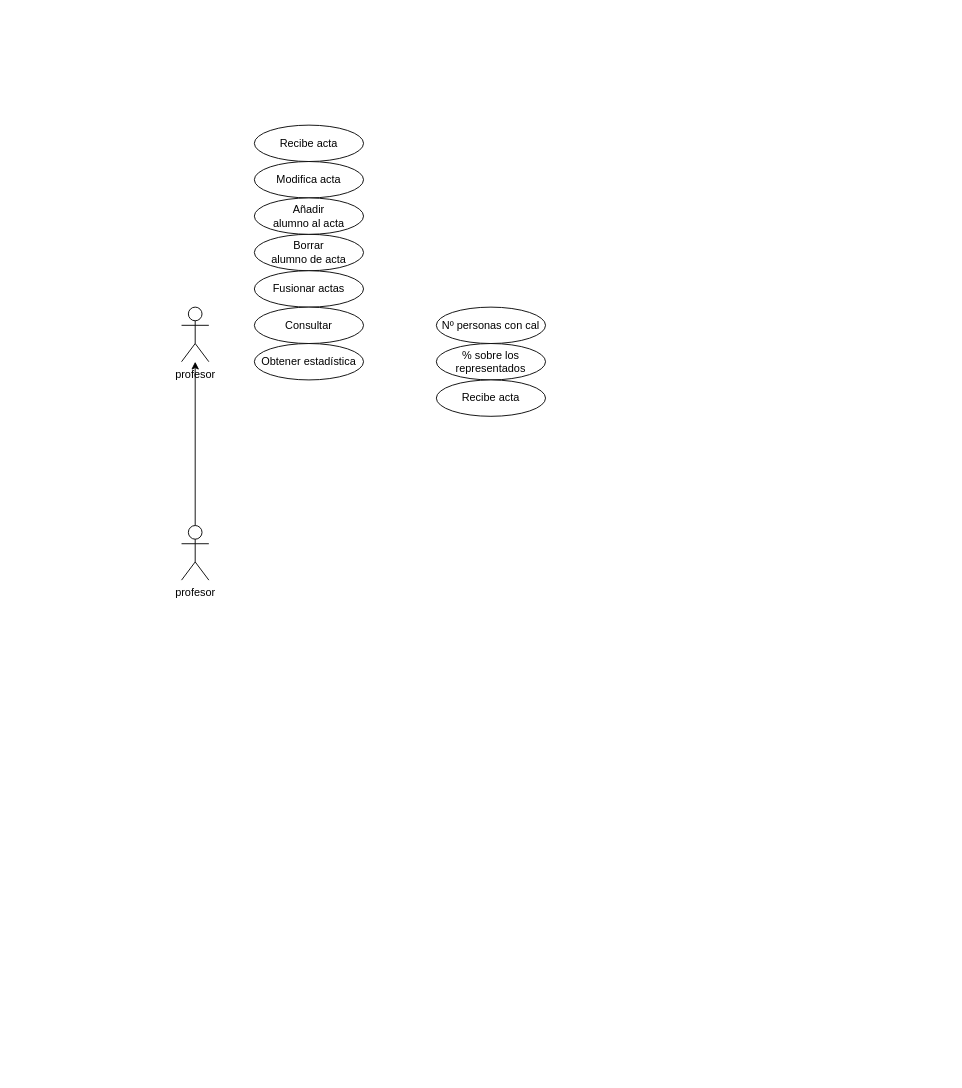
Before: img/profesores.drawio in Aeyoz/entornos-desarrollo, a draw.io diagram. Source tidied: cells renumbered, new cells numbered last; positions are measured from the earlier drawing's top-left corner, leaving out a move shared by most shapes. Both pictures are drawn from the tidied source at 91%, with x=0, y=0 at pixel (181, 125).
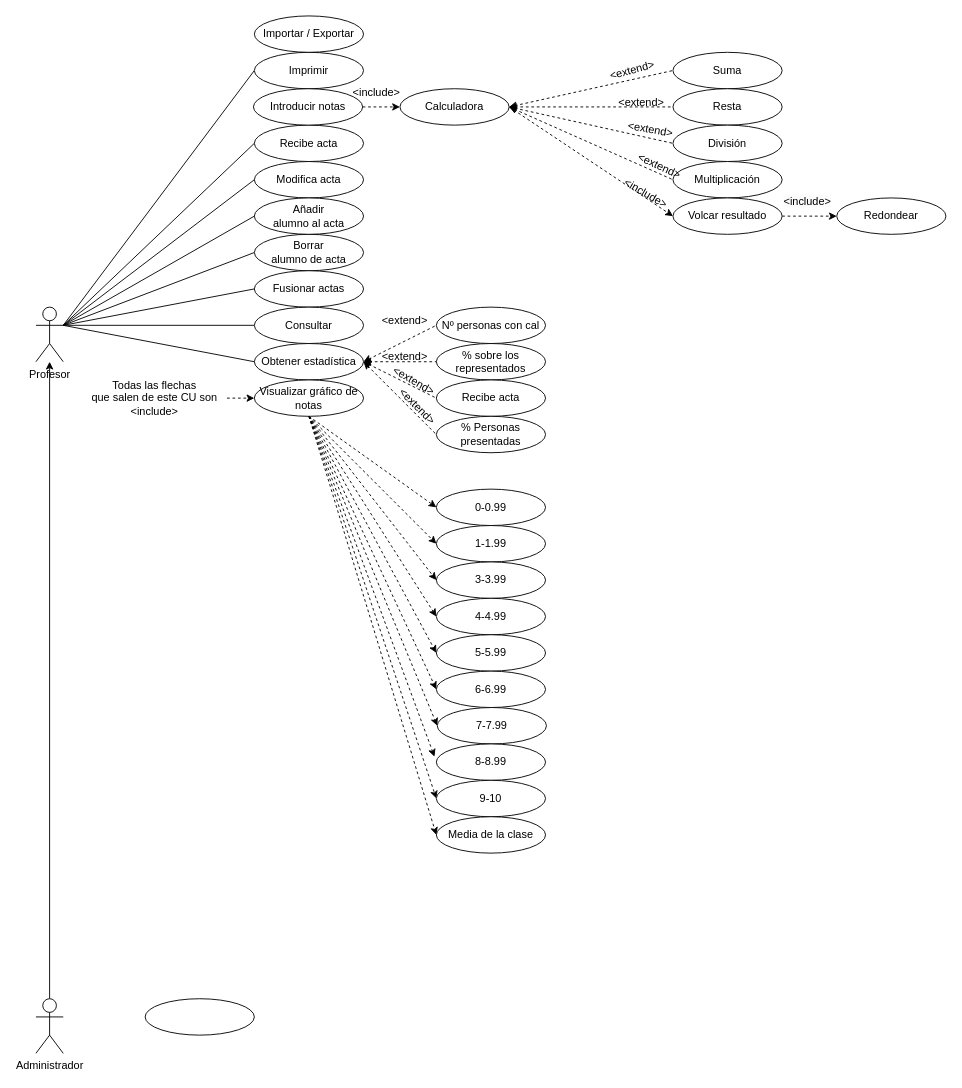
The same page after the edit.

Unchanged cells that the change refers to:
```xml
<mxCell id="5" value="Recibe acta" style="ellipse;whiteSpace=wrap;html=1;" parent="1" vertex="1">
  <mxGeometry x="80" width="120" height="40" as="geometry" />
</mxCell>
<mxCell id="6" value="Modifica acta" style="ellipse;whiteSpace=wrap;html=1;" parent="1" vertex="1">
  <mxGeometry x="80" y="40" width="120" height="40" as="geometry" />
</mxCell>
<mxCell id="7" value="&lt;div&gt;Borrar &lt;br&gt;&lt;/div&gt;&lt;div&gt;alumno de acta&lt;/div&gt;" style="ellipse;whiteSpace=wrap;html=1;" parent="1" vertex="1">
  <mxGeometry x="80" y="120" width="120" height="40" as="geometry" />
</mxCell>
<mxCell id="8" value="Fusionar actas" style="ellipse;whiteSpace=wrap;html=1;" parent="1" vertex="1">
  <mxGeometry x="80" y="160" width="120" height="40" as="geometry" />
</mxCell>
<mxCell id="9" value="Consultar" style="ellipse;whiteSpace=wrap;html=1;" parent="1" vertex="1">
  <mxGeometry x="80" y="200" width="120" height="40" as="geometry" />
</mxCell>
<mxCell id="10" value="Obtener estadística" style="ellipse;whiteSpace=wrap;html=1;" parent="1" vertex="1">
  <mxGeometry x="80" y="240" width="120" height="40" as="geometry" />
</mxCell>
<mxCell id="11" value="Nº personas con cal" style="ellipse;whiteSpace=wrap;html=1;" parent="1" vertex="1">
  <mxGeometry x="280" y="200" width="120" height="40" as="geometry" />
</mxCell>
<mxCell id="12" value="% sobre los representados" style="ellipse;whiteSpace=wrap;html=1;" parent="1" vertex="1">
  <mxGeometry x="280" y="240" width="120" height="40" as="geometry" />
</mxCell>
<mxCell id="13" value="Recibe acta" style="ellipse;whiteSpace=wrap;html=1;" parent="1" vertex="1">
  <mxGeometry x="280" y="280" width="120" height="40" as="geometry" />
</mxCell>
<mxCell id="14" value="&lt;div&gt;Añadir &lt;br&gt;&lt;/div&gt;&lt;div&gt;alumno al acta&lt;/div&gt;" style="ellipse;whiteSpace=wrap;html=1;" parent="1" vertex="1">
  <mxGeometry x="80" y="80" width="120" height="40" as="geometry" />
</mxCell>
```

Change to the diagram source:
```diff
@@
+    <mxCell id="15" style="edgeStyle=none;rounded=0;jettySize=auto;html=1;exitX=1;exitY=0.3333333333333333;exitDx=0;exitDy=0;exitPerimeter=0;entryX=0;entryY=0.5;entryDx=0;entryDy=0;endArrow=none;endFill=0;" parent="1" edge="1" source="2" target="5">
+      <mxGeometry relative="1" as="geometry" />
+    </mxCell>
+    <mxCell id="16" style="edgeStyle=none;rounded=0;jettySize=auto;html=1;exitX=1;exitY=0.3333333333333333;exitDx=0;exitDy=0;exitPerimeter=0;entryX=0;entryY=0.5;entryDx=0;entryDy=0;endArrow=none;endFill=0;" parent="1" edge="1" source="2" target="6">
+      <mxGeometry relative="1" as="geometry" />
+    </mxCell>
+    <mxCell id="17" style="edgeStyle=none;rounded=0;jettySize=auto;html=1;exitX=1;exitY=0.3333333333333333;exitDx=0;exitDy=0;exitPerimeter=0;entryX=0;entryY=0.5;entryDx=0;entryDy=0;endArrow=none;endFill=0;" parent="1" edge="1" source="2" target="14">
+      <mxGeometry relative="1" as="geometry" />
+    </mxCell>
+    <mxCell id="18" style="edgeStyle=none;rounded=0;jettySize=auto;html=1;exitX=1;exitY=0.3333333333333333;exitDx=0;exitDy=0;exitPerimeter=0;entryX=0;entryY=0.5;entryDx=0;entryDy=0;endArrow=none;endFill=0;" parent="1" edge="1" source="2" target="7">
+      <mxGeometry relative="1" as="geometry" />
+    </mxCell>
+    <mxCell id="19" style="edgeStyle=none;rounded=0;jettySize=auto;html=1;exitX=1;exitY=0.3333333333333333;exitDx=0;exitDy=0;exitPerimeter=0;entryX=0;entryY=0.5;entryDx=0;entryDy=0;endArrow=none;endFill=0;" parent="1" edge="1" source="2" target="8">
+      <mxGeometry relative="1" as="geometry" />
+    </mxCell>
+    <mxCell id="20" style="edgeStyle=none;rounded=0;jettySize=auto;html=1;exitX=1;exitY=0.3333333333333333;exitDx=0;exitDy=0;exitPerimeter=0;entryX=0;entryY=0.5;entryDx=0;entryDy=0;endArrow=none;endFill=0;" parent="1" edge="1" source="2" target="9">
+      <mxGeometry relative="1" as="geometry" />
+    </mxCell>
+    <mxCell id="21" style="edgeStyle=none;rounded=0;jettySize=auto;html=1;exitX=1;exitY=0.3333333333333333;exitDx=0;exitDy=0;exitPerimeter=0;entryX=0;entryY=0.5;entryDx=0;entryDy=0;endArrow=none;endFill=0;" parent="1" edge="1" source="2" target="10">
+      <mxGeometry relative="1" as="geometry" />
+    </mxCell>
+    <mxCell id="22" style="edgeStyle=none;rounded=0;jettySize=auto;html=1;exitX=1;exitY=0.3333333333333333;exitDx=0;exitDy=0;exitPerimeter=0;entryX=0;entryY=0.5;entryDx=0;entryDy=0;startArrow=none;startFill=0;endArrow=none;endFill=0;" parent="1" edge="1" source="2" target="69">
+      <mxGeometry relative="1" as="geometry" />
+    </mxCell>
-    <mxCell id="2" value="profesor" style="shape=umlActor;verticalLabelPosition=bottom;verticalAlign=top;html=1;outlineConnect=0;" parent="1" vertex="1">
-      <mxGeometry y="200" width="30" height="60" as="geometry" />
+    <mxCell id="2" value="Profesor" style="shape=umlActor;verticalLabelPosition=bottom;verticalAlign=top;html=1;outlineConnect=0;" parent="1" vertex="1">
+      <mxGeometry x="-160" y="200" width="30" height="60" as="geometry" />
     </mxCell>
@@
-    <mxCell id="4" value="&lt;div&gt;profesor&lt;/div&gt;" style="shape=umlActor;verticalLabelPosition=bottom;verticalAlign=top;html=1;outlineConnect=0;" parent="1" vertex="1">
-      <mxGeometry y="440" width="30" height="60" as="geometry" />
+    <mxCell id="4" value="&lt;div&gt;Administrador&lt;/div&gt;" style="shape=umlActor;verticalLabelPosition=bottom;verticalAlign=top;html=1;outlineConnect=0;" parent="1" vertex="1">
+      <mxGeometry x="-160" y="960" width="30" height="60" as="geometry" />
     </mxCell>
@@
+    <mxCell id="23" style="edgeStyle=none;rounded=0;jettySize=auto;html=1;exitX=1;exitY=0.5;exitDx=0;exitDy=0;entryX=0;entryY=0.5;entryDx=0;entryDy=0;endArrow=none;endFill=0;dashed=1;startArrow=classic;startFill=1;" parent="1" edge="1" source="10" target="11">
+      <mxGeometry relative="1" as="geometry" />
+    </mxCell>
+    <mxCell id="24" style="edgeStyle=none;rounded=0;jettySize=auto;html=1;exitX=1;exitY=0.5;exitDx=0;exitDy=0;entryX=0;entryY=0.5;entryDx=0;entryDy=0;endArrow=none;endFill=0;dashed=1;startArrow=classic;startFill=1;" parent="1" edge="1" source="10" target="12">
+      <mxGeometry relative="1" as="geometry" />
+    </mxCell>
+    <mxCell id="25" style="edgeStyle=none;rounded=0;jettySize=auto;html=1;exitX=1;exitY=0.5;exitDx=0;exitDy=0;entryX=0;entryY=0.5;entryDx=0;entryDy=0;endArrow=none;endFill=0;dashed=1;startArrow=classic;startFill=1;" parent="1" edge="1" source="10" target="13">
+      <mxGeometry relative="1" as="geometry" />
+    </mxCell>
+    <mxCell id="26" style="edgeStyle=none;rounded=0;jettySize=auto;html=1;exitX=1;exitY=0.5;exitDx=0;exitDy=0;entryX=0;entryY=0.5;entryDx=0;entryDy=0;dashed=1;startArrow=classic;startFill=1;endArrow=none;endFill=0;" parent="1" edge="1" source="10" target="30">
+      <mxGeometry relative="1" as="geometry" />
+    </mxCell>
@@
+    <mxCell id="27" value="&amp;lt;extend&amp;gt;" style="text;html=1;align=center;verticalAlign=middle;strokeColor=none;fillColor=none;" parent="1" vertex="1">
+      <mxGeometry x="210" y="200" width="70" height="30" as="geometry" />
+    </mxCell>
+    <mxCell id="28" value="&amp;lt;extend&amp;gt;" style="text;html=1;align=center;verticalAlign=middle;strokeColor=none;fillColor=none;" parent="1" vertex="1">
+      <mxGeometry x="210" y="240" width="70" height="30" as="geometry" />
+    </mxCell>
+    <mxCell id="29" value="&amp;lt;extend&amp;gt;" style="text;html=1;align=center;verticalAlign=middle;strokeColor=none;fillColor=none;rotation=30;" parent="1" vertex="1">
+      <mxGeometry x="220" y="266" width="70" height="30" as="geometry" />
+    </mxCell>
+    <mxCell id="30" value="% Personas presentadas" style="ellipse;whiteSpace=wrap;html=1;" parent="1" vertex="1">
+      <mxGeometry x="280" y="320" width="120" height="40" as="geometry" />
+    </mxCell>
+    <mxCell id="31" value="&amp;lt;extend&amp;gt;" style="text;html=1;align=center;verticalAlign=middle;strokeColor=none;fillColor=none;rotation=45;" parent="1" vertex="1">
+      <mxGeometry x="224" y="294" width="70" height="30" as="geometry" />
+    </mxCell>
+    <mxCell id="32" style="edgeStyle=none;rounded=0;jettySize=auto;html=1;exitX=0.5;exitY=1;exitDx=0;exitDy=0;dashed=1;startArrow=none;startFill=0;endArrow=classic;endFill=1;entryX=0;entryY=0.5;entryDx=0;entryDy=0;" parent="1" edge="1" source="42" target="43">
+      <mxGeometry relative="1" as="geometry" />
+    </mxCell>
+    <mxCell id="33" style="edgeStyle=none;rounded=0;jettySize=auto;html=1;exitX=0.5;exitY=1;exitDx=0;exitDy=0;entryX=0;entryY=0.5;entryDx=0;entryDy=0;dashed=1;startArrow=none;startFill=0;endArrow=classic;endFill=1;" parent="1" edge="1" source="42" target="44">
+      <mxGeometry relative="1" as="geometry" />
+    </mxCell>
+    <mxCell id="34" style="edgeStyle=none;rounded=0;jettySize=auto;html=1;exitX=0.5;exitY=1;exitDx=0;exitDy=0;entryX=0;entryY=0.5;entryDx=0;entryDy=0;dashed=1;startArrow=none;startFill=0;endArrow=classic;endFill=1;" parent="1" edge="1" source="42" target="45">
+      <mxGeometry relative="1" as="geometry" />
+    </mxCell>
+    <mxCell id="35" style="edgeStyle=none;rounded=0;jettySize=auto;html=1;exitX=0.5;exitY=1;exitDx=0;exitDy=0;entryX=0;entryY=0.5;entryDx=0;entryDy=0;dashed=1;startArrow=none;startFill=0;endArrow=classic;endFill=1;" parent="1" edge="1" source="42" target="46">
+      <mxGeometry relative="1" as="geometry" />
+    </mxCell>
+    <mxCell id="36" style="edgeStyle=none;rounded=0;jettySize=auto;html=1;exitX=0.5;exitY=1;exitDx=0;exitDy=0;entryX=0;entryY=0.5;entryDx=0;entryDy=0;dashed=1;startArrow=none;startFill=0;endArrow=classic;endFill=1;" parent="1" edge="1" source="42" target="47">
+      <mxGeometry relative="1" as="geometry" />
+    </mxCell>
+    <mxCell id="37" style="edgeStyle=none;rounded=0;jettySize=auto;html=1;exitX=0.5;exitY=1;exitDx=0;exitDy=0;entryX=0;entryY=0.5;entryDx=0;entryDy=0;dashed=1;startArrow=none;startFill=0;endArrow=classic;endFill=1;" parent="1" edge="1" source="42" target="48">
+      <mxGeometry relative="1" as="geometry" />
+    </mxCell>
+    <mxCell id="38" style="edgeStyle=none;rounded=0;jettySize=auto;html=1;exitX=0.5;exitY=1;exitDx=0;exitDy=0;entryX=0;entryY=0.5;entryDx=0;entryDy=0;dashed=1;startArrow=none;startFill=0;endArrow=classic;endFill=1;" parent="1" edge="1" source="42" target="49">
+      <mxGeometry relative="1" as="geometry" />
+    </mxCell>
+    <mxCell id="39" style="edgeStyle=none;rounded=0;jettySize=auto;html=1;exitX=0.5;exitY=1;exitDx=0;exitDy=0;entryX=-0.017;entryY=0.35;entryDx=0;entryDy=0;entryPerimeter=0;dashed=1;startArrow=none;startFill=0;endArrow=classic;endFill=1;" parent="1" edge="1" source="42" target="50">
+      <mxGeometry relative="1" as="geometry" />
+    </mxCell>
+    <mxCell id="40" style="edgeStyle=none;rounded=0;jettySize=auto;html=1;exitX=0.5;exitY=1;exitDx=0;exitDy=0;entryX=0;entryY=0.5;entryDx=0;entryDy=0;dashed=1;startArrow=none;startFill=0;endArrow=classic;endFill=1;" parent="1" edge="1" source="42" target="51">
+      <mxGeometry relative="1" as="geometry" />
+    </mxCell>
+    <mxCell id="41" style="edgeStyle=none;rounded=0;jettySize=auto;html=1;exitX=0.5;exitY=1;exitDx=0;exitDy=0;entryX=0;entryY=0.5;entryDx=0;entryDy=0;dashed=1;startArrow=none;startFill=0;endArrow=classic;endFill=1;" parent="1" edge="1" source="42" target="52">
+      <mxGeometry relative="1" as="geometry" />
+    </mxCell>
+    <mxCell id="42" value="Visualizar gráfico de notas" style="ellipse;whiteSpace=wrap;html=1;" parent="1" vertex="1">
+      <mxGeometry x="80" y="280" width="120" height="40" as="geometry" />
+    </mxCell>
+    <mxCell id="43" value="0-0.99" style="ellipse;whiteSpace=wrap;html=1;" parent="1" vertex="1">
+      <mxGeometry x="280" y="400" width="120" height="40" as="geometry" />
+    </mxCell>
+    <mxCell id="44" value="1-1.99" style="ellipse;whiteSpace=wrap;html=1;" parent="1" vertex="1">
+      <mxGeometry x="280" y="440" width="120" height="40" as="geometry" />
+    </mxCell>
+    <mxCell id="45" value="3-3.99" style="ellipse;whiteSpace=wrap;html=1;" parent="1" vertex="1">
+      <mxGeometry x="280" y="480" width="120" height="40" as="geometry" />
+    </mxCell>
+    <mxCell id="46" value="4-4.99" style="ellipse;whiteSpace=wrap;html=1;" parent="1" vertex="1">
+      <mxGeometry x="280" y="520" width="120" height="40" as="geometry" />
+    </mxCell>
+    <mxCell id="47" value="5-5.99" style="ellipse;whiteSpace=wrap;html=1;" parent="1" vertex="1">
+      <mxGeometry x="280" y="560" width="120" height="40" as="geometry" />
+    </mxCell>
+    <mxCell id="48" value="6-6.99" style="ellipse;whiteSpace=wrap;html=1;" parent="1" vertex="1">
+      <mxGeometry x="280" y="600" width="120" height="40" as="geometry" />
+    </mxCell>
+    <mxCell id="49" value="7-7.99" style="ellipse;whiteSpace=wrap;html=1;" parent="1" vertex="1">
+      <mxGeometry x="281" y="640" width="120" height="40" as="geometry" />
+    </mxCell>
+    <mxCell id="50" value="8-8.99" style="ellipse;whiteSpace=wrap;html=1;" parent="1" vertex="1">
+      <mxGeometry x="280" y="680" width="120" height="40" as="geometry" />
+    </mxCell>
+    <mxCell id="51" value="9-10" style="ellipse;whiteSpace=wrap;html=1;" parent="1" vertex="1">
+      <mxGeometry x="280" y="720" width="120" height="40" as="geometry" />
+    </mxCell>
+    <mxCell id="52" value="Media de la clase" style="ellipse;whiteSpace=wrap;html=1;" parent="1" vertex="1">
+      <mxGeometry x="280" y="760" width="120" height="40" as="geometry" />
+    </mxCell>
+    <mxCell id="53" style="edgeStyle=none;rounded=0;jettySize=auto;html=1;entryX=0;entryY=0.5;entryDx=0;entryDy=0;dashed=1;startArrow=none;startFill=0;endArrow=classic;endFill=1;" parent="1" edge="1" source="54" target="42">
+      <mxGeometry relative="1" as="geometry" />
+    </mxCell>
+    <mxCell id="54" value="Todas las flechas &lt;br&gt;que salen de este CU son&lt;br&gt;&amp;lt;include&amp;gt;" style="text;html=1;align=center;verticalAlign=middle;points=[];strokeColor=none;fillColor=none;" parent="1" vertex="1">
+      <mxGeometry x="-110" y="270" width="160" height="60" as="geometry" />
+    </mxCell>
+    <mxCell id="55" style="edgeStyle=none;rounded=0;jettySize=auto;html=1;exitX=1;exitY=0.5;exitDx=0;exitDy=0;entryX=0;entryY=0.5;entryDx=0;entryDy=0;startArrow=none;startFill=0;endArrow=classic;endFill=1;dashed=1;" parent="1" edge="1" source="56" target="72">
+      <mxGeometry relative="1" as="geometry" />
+    </mxCell>
+    <mxCell id="56" value="Calculadora" style="ellipse;whiteSpace=wrap;html=1;" parent="1" vertex="1">
+      <mxGeometry x="240" y="-40" width="120" height="40" as="geometry" />
+    </mxCell>
+    <mxCell id="57" style="edgeStyle=none;rounded=0;jettySize=auto;html=1;exitX=1;exitY=0.5;exitDx=0;exitDy=0;entryX=0;entryY=0.5;entryDx=0;entryDy=0;endArrow=none;endFill=0;dashed=1;startArrow=classic;startFill=1;" parent="1" edge="1" source="56" target="61">
+      <mxGeometry relative="1" as="geometry" />
+    </mxCell>
+    <mxCell id="58" style="edgeStyle=none;rounded=0;jettySize=auto;html=1;exitX=1;exitY=0.5;exitDx=0;exitDy=0;entryX=0;entryY=0.5;entryDx=0;entryDy=0;endArrow=none;endFill=0;dashed=1;startArrow=classic;startFill=1;" parent="1" edge="1" source="56" target="62">
+      <mxGeometry relative="1" as="geometry" />
+    </mxCell>
+    <mxCell id="59" style="edgeStyle=none;rounded=0;jettySize=auto;html=1;exitX=1;exitY=0.5;exitDx=0;exitDy=0;entryX=0;entryY=0.5;entryDx=0;entryDy=0;endArrow=none;endFill=0;dashed=1;startArrow=classic;startFill=1;" parent="1" edge="1" source="56" target="63">
+      <mxGeometry relative="1" as="geometry" />
+    </mxCell>
+    <mxCell id="60" style="edgeStyle=none;rounded=0;jettySize=auto;html=1;exitX=1;exitY=0.5;exitDx=0;exitDy=0;entryX=0;entryY=0.5;entryDx=0;entryDy=0;dashed=1;startArrow=classic;startFill=1;endArrow=none;endFill=0;" parent="1" edge="1" source="56" target="67">
+      <mxGeometry relative="1" as="geometry" />
+    </mxCell>
+    <mxCell id="61" value="Suma" style="ellipse;whiteSpace=wrap;html=1;" parent="1" vertex="1">
+      <mxGeometry x="540" y="-80" width="120" height="40" as="geometry" />
+    </mxCell>
+    <mxCell id="62" value="Resta" style="ellipse;whiteSpace=wrap;html=1;" parent="1" vertex="1">
+      <mxGeometry x="540" y="-40" width="120" height="40" as="geometry" />
+    </mxCell>
+    <mxCell id="63" value="División" style="ellipse;whiteSpace=wrap;html=1;" parent="1" vertex="1">
+      <mxGeometry x="540" width="120" height="40" as="geometry" />
+    </mxCell>
+    <mxCell id="64" value="&amp;lt;extend&amp;gt;" style="text;html=1;align=center;verticalAlign=middle;strokeColor=none;fillColor=none;" parent="1" vertex="1">
+      <mxGeometry x="470" y="-40" width="70" height="30" as="geometry" />
+    </mxCell>
+    <mxCell id="65" value="&amp;lt;extend&amp;gt;" style="text;html=1;align=center;verticalAlign=middle;strokeColor=none;fillColor=none;rotation=-15;" parent="1" vertex="1">
+      <mxGeometry x="460" y="-75" width="70" height="30" as="geometry" />
+    </mxCell>
+    <mxCell id="66" value="&amp;lt;extend&amp;gt;" style="text;html=1;align=center;verticalAlign=middle;strokeColor=none;fillColor=none;rotation=10;" parent="1" vertex="1">
+      <mxGeometry x="480" y="-10" width="70" height="30" as="geometry" />
+    </mxCell>
+    <mxCell id="67" value="Multiplicación" style="ellipse;whiteSpace=wrap;html=1;" parent="1" vertex="1">
+      <mxGeometry x="540" y="40" width="120" height="40" as="geometry" />
+    </mxCell>
+    <mxCell id="68" value="&amp;lt;extend&amp;gt;" style="text;html=1;align=center;verticalAlign=middle;strokeColor=none;fillColor=none;rotation=25;" parent="1" vertex="1">
+      <mxGeometry x="490" y="30" width="70" height="30" as="geometry" />
+    </mxCell>
+    <mxCell id="69" value="Imprimir" style="ellipse;whiteSpace=wrap;html=1;" parent="1" vertex="1">
+      <mxGeometry x="80" y="-80" width="120" height="40" as="geometry" />
+    </mxCell>
+    <mxCell id="70" value="Importar / Exportar" style="ellipse;whiteSpace=wrap;html=1;" parent="1" vertex="1">
+      <mxGeometry x="80" y="-120" width="120" height="40" as="geometry" />
+    </mxCell>
+    <mxCell id="71" style="edgeStyle=none;rounded=0;jettySize=auto;html=1;exitX=1;exitY=0.5;exitDx=0;exitDy=0;entryX=0;entryY=0.5;entryDx=0;entryDy=0;dashed=1;startArrow=none;startFill=0;endArrow=classic;endFill=1;" parent="1" edge="1" source="72" target="74">
+      <mxGeometry relative="1" as="geometry" />
+    </mxCell>
+    <mxCell id="72" value="Volcar resultado" style="ellipse;whiteSpace=wrap;html=1;" parent="1" vertex="1">
+      <mxGeometry x="540" y="80" width="120" height="40" as="geometry" />
+    </mxCell>
+    <mxCell id="73" value="&amp;lt;include&amp;gt;" style="text;html=1;align=center;verticalAlign=middle;strokeColor=none;fillColor=none;rotation=30;" parent="1" vertex="1">
+      <mxGeometry x="470" y="60" width="80" height="30" as="geometry" />
+    </mxCell>
+    <mxCell id="74" value="Redondear" style="ellipse;whiteSpace=wrap;html=1;" parent="1" vertex="1">
+      <mxGeometry x="720" y="80" width="120" height="40" as="geometry" />
+    </mxCell>
+    <mxCell id="75" value="&lt;span style=&quot;color: rgb(0, 0, 0); font-family: Helvetica; font-size: 12px; font-style: normal; font-variant-ligatures: normal; font-variant-caps: normal; font-weight: 400; letter-spacing: normal; orphans: 2; text-align: center; text-indent: 0px; text-transform: none; widows: 2; word-spacing: 0px; -webkit-text-stroke-width: 0px; background-color: rgb(251, 251, 251); text-decoration-thickness: initial; text-decoration-style: initial; text-decoration-color: initial; float: none; display: inline !important;&quot;&gt;&amp;lt;include&amp;gt;&lt;/span&gt;" style="text;whiteSpace=wrap;html=1;" parent="1" vertex="1">
+      <mxGeometry x="660" y="70" width="60" height="30" as="geometry" />
+    </mxCell>
+    <mxCell id="76" style="edgeStyle=none;rounded=0;jettySize=auto;html=1;exitX=1;exitY=0.5;exitDx=0;exitDy=0;dashed=1;startArrow=none;startFill=0;endArrow=classic;endFill=1;" parent="1" edge="1" source="77" target="56">
+      <mxGeometry relative="1" as="geometry" />
+    </mxCell>
+    <mxCell id="77" value="Introducir notas" style="ellipse;whiteSpace=wrap;html=1;" parent="1" vertex="1">
+      <mxGeometry x="79" y="-40" width="120" height="40" as="geometry" />
+    </mxCell>
+    <mxCell id="78" value="&amp;lt;include&amp;gt;" style="text;html=1;align=center;verticalAlign=middle;strokeColor=none;fillColor=none;" parent="1" vertex="1">
+      <mxGeometry x="174" y="-50" width="80" height="30" as="geometry" />
+    </mxCell>
+    <mxCell id="79" style="ellipse;whiteSpace=wrap;html=1;" parent="1" vertex="1">
+      <mxGeometry x="-40" y="960" width="120" height="40" as="geometry" />
+    </mxCell>
```
